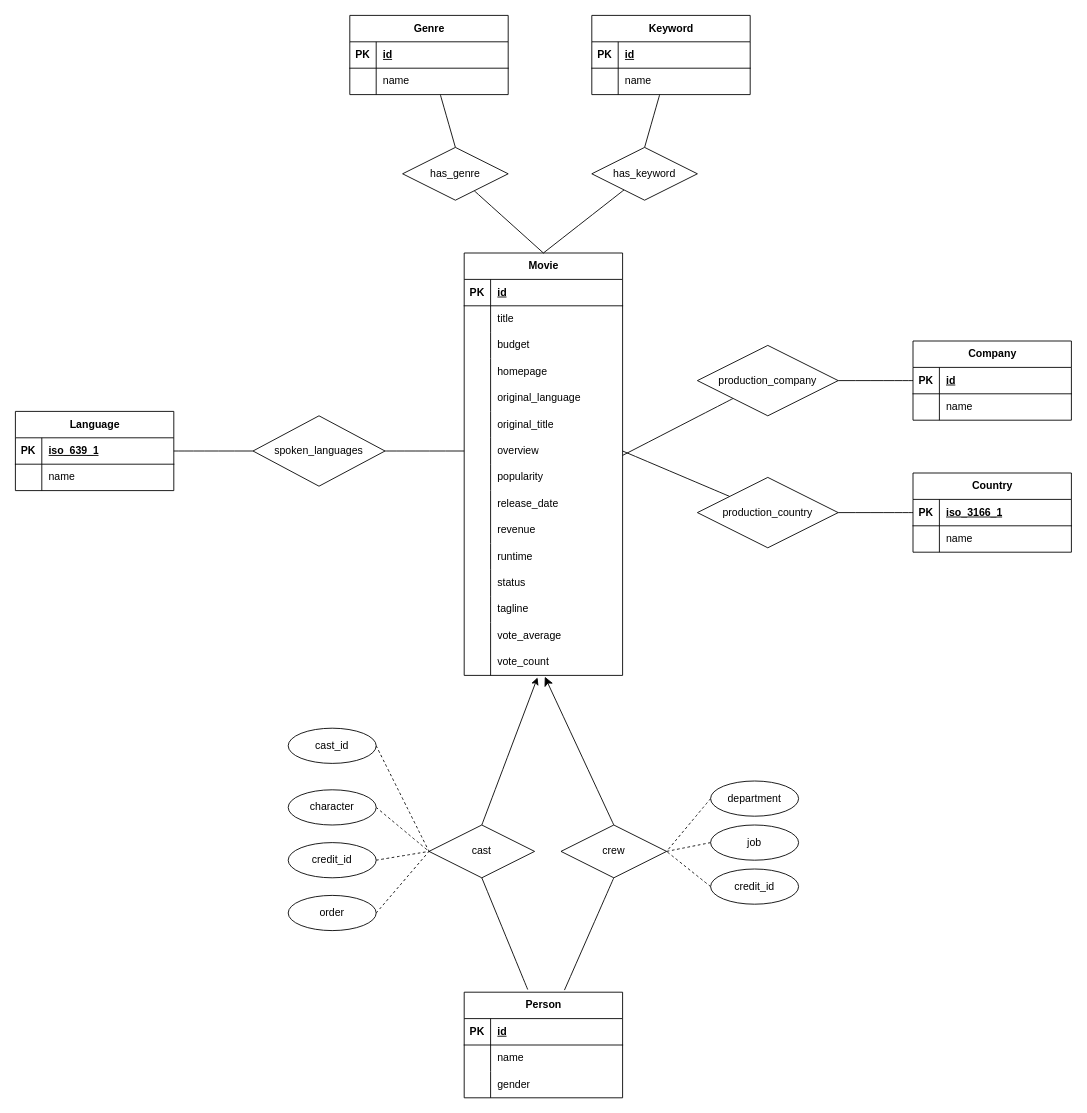
The draw.io diagram er.drawio in tiffie1/database-a3, before the edit. Source tidied: cells renumbered, new cells numbered last; positions are measured from the earlier drawing's top-left corner, leaving out a move shared by most shapes. Both pictures are drawn from the tidied source at 88%, with x=0, y=0 at pixel (15, 15).
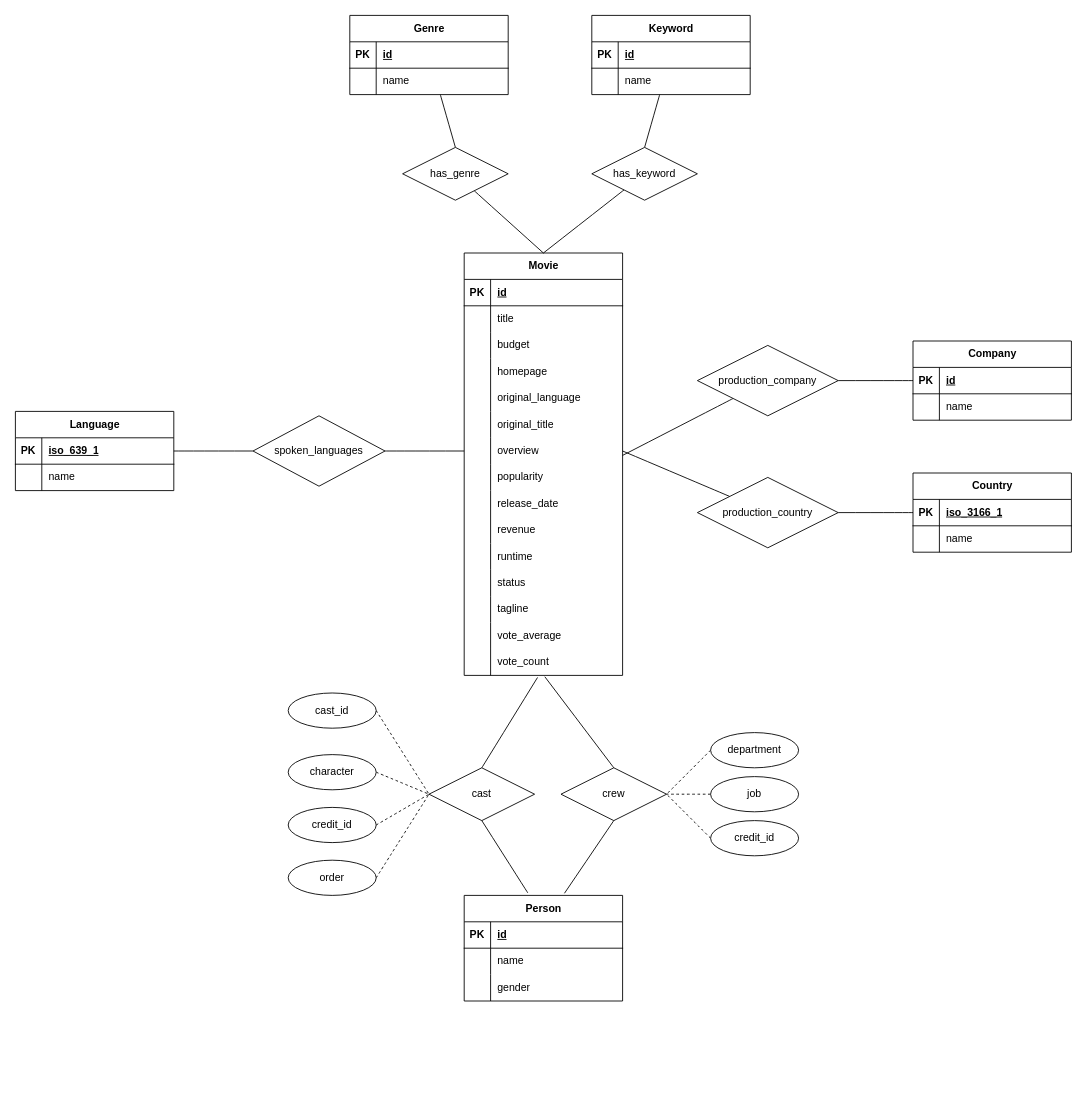
Above is the later version.

The change refers to these unchanged cells:
```xml
<mxCell id="45" style="shape=tableRow;horizontal=0;startSize=0;swimlaneHead=0;swimlaneBody=0;fillColor=none;points=[[0,0.5],[1,0.5]];portConstraint=eastwest;top=0;left=0;right=0;bottom=0;" parent="2" vertex="1">
  <mxGeometry y="450" width="180" height="30" as="geometry" />
</mxCell>
```

Diff of the diagram source:
```diff
@@
     <mxCell id="49" value="Person" style="shape=table;startSize=30;childLayout=tableLayout;rowLines=0;fontStyle=1;align=center;html=1;" parent="1" vertex="1">
-      <mxGeometry x="510" y="1110" width="180" height="120" as="geometry" />
+      <mxGeometry x="510" y="1000" width="180" height="120" as="geometry" />
     </mxCell>
@@
-    <mxCell id="59" style="edgeStyle=none;curved=1;rounded=0;jettySize=auto;html=1;exitX=0.5;exitY=0;exitDx=0;exitDy=0;fontSize=12;endArrow=classic;endFill=1;entryX=0.463;entryY=1.078;entryDx=0;entryDy=0;entryPerimeter=0;" parent="1" edge="1" source="60" target="45">
+    <mxCell id="59" style="edgeStyle=none;curved=1;rounded=0;jettySize=auto;html=1;exitX=0.5;exitY=0;exitDx=0;exitDy=0;fontSize=12;endArrow=none;endFill=0;entryX=0.463;entryY=1.078;entryDx=0;entryDy=0;entryPerimeter=0;" parent="1" edge="1" source="60" target="45">
       <mxGeometry relative="1" as="geometry" />
     </mxCell>
     <mxCell id="60" value="cast" style="shape=rhombus;perimeter=rhombusPerimeter;whiteSpace=wrap;html=1;align=center;" parent="1" vertex="1">
-      <mxGeometry x="470" y="920" width="120" height="60" as="geometry" />
+      <mxGeometry x="470" y="855" width="120" height="60" as="geometry" />
     </mxCell>
@@
     <mxCell id="62" value="cast_id" style="ellipse;whiteSpace=wrap;html=1;align=center;" parent="1" vertex="1">
-      <mxGeometry x="310" y="810" width="100" height="40" as="geometry" />
+      <mxGeometry x="310" y="770" width="100" height="40" as="geometry" />
     </mxCell>
@@
     <mxCell id="64" value="character" style="ellipse;whiteSpace=wrap;html=1;align=center;" parent="1" vertex="1">
-      <mxGeometry x="310" y="880" width="100" height="40" as="geometry" />
+      <mxGeometry x="310" y="840" width="100" height="40" as="geometry" />
     </mxCell>
     <mxCell id="65" style="edgeStyle=none;curved=1;rounded=0;jettySize=auto;html=1;exitX=1;exitY=0.5;exitDx=0;exitDy=0;fontSize=12;startSize=8;endSize=8;endArrow=none;endFill=0;dashed=1;" parent="1" edge="1" source="66">
       <mxGeometry relative="1" as="geometry">
-        <mxPoint x="470" y="950" as="targetPoint" />
+        <mxPoint x="470" y="885" as="targetPoint" />
       </mxGeometry>
     </mxCell>
     <mxCell id="66" value="credit_id" style="ellipse;whiteSpace=wrap;html=1;align=center;" parent="1" vertex="1">
-      <mxGeometry x="310" y="940" width="100" height="40" as="geometry" />
+      <mxGeometry x="310" y="900" width="100" height="40" as="geometry" />
     </mxCell>
     <mxCell id="67" style="edgeStyle=none;curved=1;rounded=0;jettySize=auto;html=1;exitX=1;exitY=0.5;exitDx=0;exitDy=0;fontSize=12;startSize=8;endSize=8;endArrow=none;endFill=0;dashed=1;" parent="1" edge="1" source="68">
       <mxGeometry relative="1" as="geometry">
-        <mxPoint x="470" y="950" as="targetPoint" />
+        <mxPoint x="470" y="885" as="targetPoint" />
       </mxGeometry>
     </mxCell>
     <mxCell id="68" value="order" style="ellipse;whiteSpace=wrap;html=1;align=center;" parent="1" vertex="1">
-      <mxGeometry x="310" y="1000" width="100" height="40" as="geometry" />
+      <mxGeometry x="310" y="960" width="100" height="40" as="geometry" />
     </mxCell>
     <mxCell id="69" value="crew" style="shape=rhombus;perimeter=rhombusPerimeter;whiteSpace=wrap;html=1;align=center;" parent="1" vertex="1">
-      <mxGeometry x="620" y="920" width="120" height="60" as="geometry" />
+      <mxGeometry x="620" y="855" width="120" height="60" as="geometry" />
     </mxCell>
@@
     <mxCell id="72" value="department" style="ellipse;whiteSpace=wrap;html=1;align=center;" parent="1" vertex="1">
-      <mxGeometry x="790" y="870" width="100" height="40" as="geometry" />
+      <mxGeometry x="790" y="815" width="100" height="40" as="geometry" />
     </mxCell>
     <mxCell id="73" style="edgeStyle=none;curved=1;rounded=0;jettySize=auto;html=1;exitX=0;exitY=0.5;exitDx=0;exitDy=0;fontSize=12;startSize=8;endSize=8;endArrow=none;endFill=0;dashed=1;" parent="1" edge="1" source="74">
       <mxGeometry relative="1" as="geometry">
-        <mxPoint x="740" y="950" as="targetPoint" />
+        <mxPoint x="740" y="885" as="targetPoint" />
       </mxGeometry>
     </mxCell>
     <mxCell id="74" value="job" style="ellipse;whiteSpace=wrap;html=1;align=center;" parent="1" vertex="1">
-      <mxGeometry x="790" y="920" width="100" height="40" as="geometry" />
+      <mxGeometry x="790" y="865" width="100" height="40" as="geometry" />
     </mxCell>
@@
     <mxCell id="76" value="credit_id" style="ellipse;whiteSpace=wrap;html=1;align=center;" parent="1" vertex="1">
-      <mxGeometry x="790" y="970" width="100" height="40" as="geometry" />
+      <mxGeometry x="790" y="915" width="100" height="40" as="geometry" />
     </mxCell>
-    <mxCell id="77" style="edgeStyle=none;curved=1;rounded=0;jettySize=auto;html=1;exitX=0.5;exitY=0;exitDx=0;exitDy=0;fontSize=12;startSize=8;endSize=8;entryX=0.509;entryY=1.05;entryDx=0;entryDy=0;entryPerimeter=0;" parent="1" edge="1" source="69" target="45">
+    <mxCell id="77" style="edgeStyle=none;curved=1;rounded=0;jettySize=auto;html=1;exitX=0.5;exitY=0;exitDx=0;exitDy=0;fontSize=12;startSize=8;endSize=8;entryX=0.509;entryY=1.05;entryDx=0;entryDy=0;entryPerimeter=0;endArrow=none;endFill=0;" parent="1" edge="1" source="69" target="45">
       <mxGeometry relative="1" as="geometry" />
     </mxCell>
```
